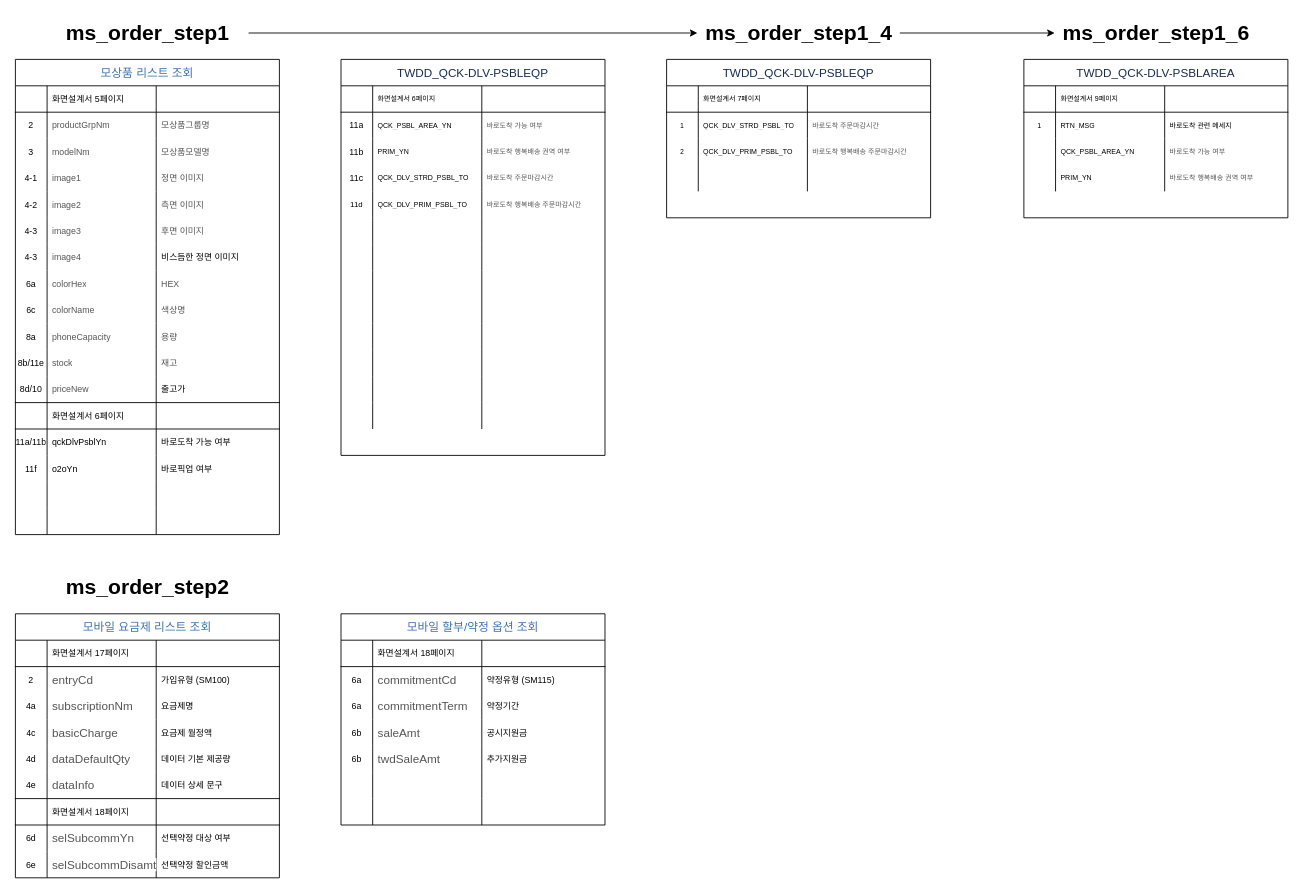
Above: myshop_class_diagram.drawio in buyeol-choi/my-shop (draw.io), before the change. Source tidied: cells renumbered, new cells numbered last; positions are measured from the earlier drawing's top-left corner, leaving out a move shared by most shapes. Both pictures are drawn from the tidied source at 88%, with x=0, y=0 at pixel (15, 15).
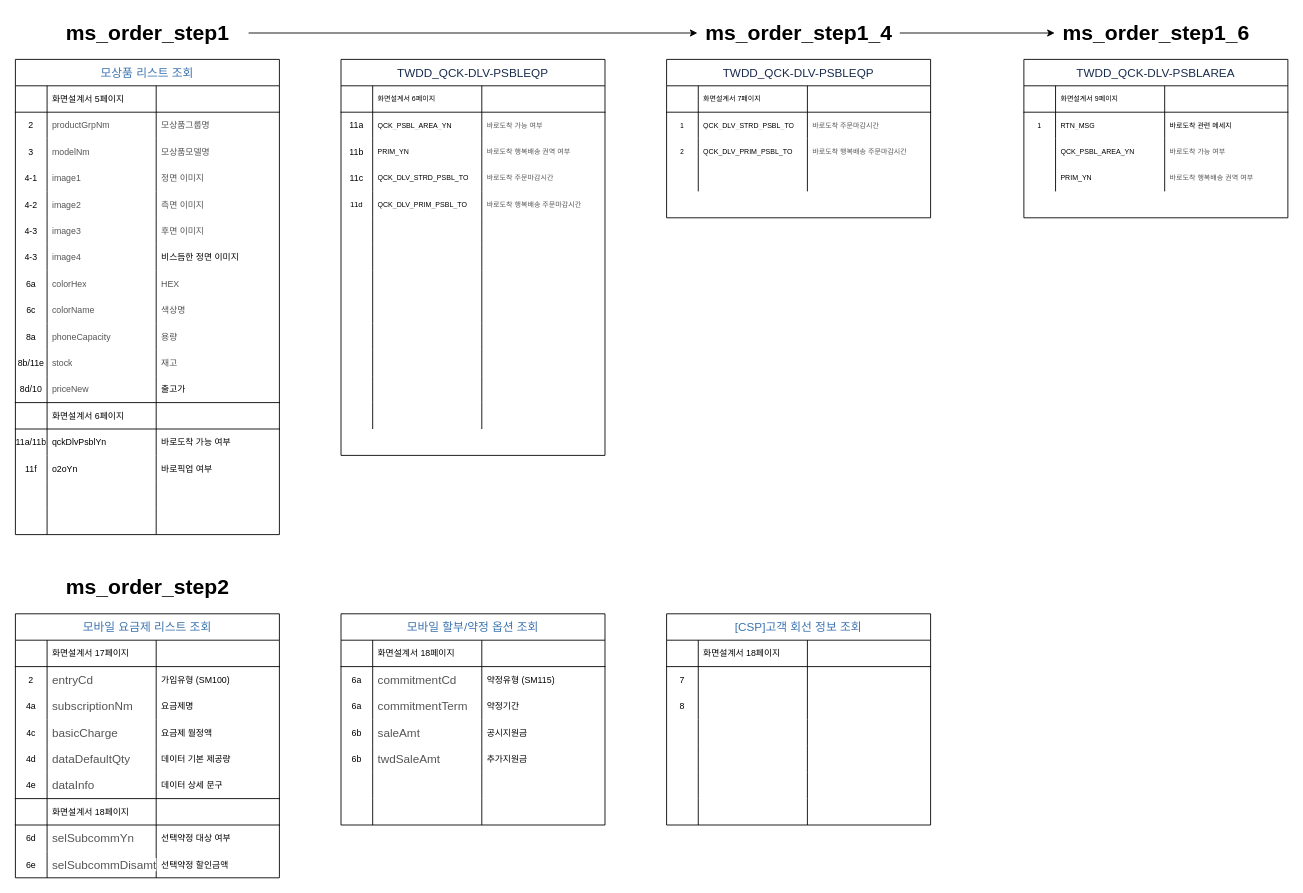
Above is the later version.

The edit, as a diff of the source:
```diff
@@
+    <mxCell id="230" value="&lt;a class=&quot;external-link&quot; href=&quot;https://stg-product-api.tworld.co.kr/swagger-ui.html#/operations/product-controller-v-1/selectProductListUsingGET&quot; style=&quot;color: rgb(59 , 115 , 175) ; text-decoration: inherit ; font-family: &amp;#34;맑은 고딕&amp;#34; , &amp;#34;seoul&amp;#34; , &amp;#34;arial&amp;#34; , &amp;#34;helvetica&amp;#34; ; font-size: 13.3333px ; font-weight: 400 ; text-align: left ; background-color: rgb(255 , 255 , 255)&quot;&gt;[CSP]고객 회선 정보 조회&lt;/a&gt;" style="shape=table;html=1;whiteSpace=wrap;startSize=30;childLayout=tableLayout;rowLines=0;fontStyle=1;align=center;spacing=0;fontSize=10;" parent="1" vertex="1">
+      <mxGeometry x="740" y="680" width="300" height="240" as="geometry" />
+    </mxCell>
+    <mxCell id="231" style="shape=partialRectangle;html=1;whiteSpace=wrap;fillColor=none;top=0;left=0;bottom=1;right=0;spacing=0;fontSize=10;" parent="230" vertex="1">
+      <mxGeometry y="30" width="300" height="30" as="geometry" />
+    </mxCell>
+    <mxCell id="232" style="shape=partialRectangle;html=1;whiteSpace=wrap;fillColor=none;top=0;left=0;bottom=0;right=0;overflow=hidden;spacing=0;fontSize=10;" parent="231" vertex="1">
+      <mxGeometry width="36" height="30" as="geometry" />
+    </mxCell>
+    <mxCell id="233" value="화면설계서 18페이지" style="shape=partialRectangle;html=1;whiteSpace=wrap;fillColor=none;top=0;left=0;bottom=0;right=0;align=left;spacingLeft=6;overflow=hidden;spacing=0;fontSize=10;" parent="231" vertex="1">
+      <mxGeometry x="36" width="124" height="30" as="geometry" />
+    </mxCell>
+    <mxCell id="234" style="shape=partialRectangle;html=1;whiteSpace=wrap;fillColor=none;top=0;left=0;bottom=0;right=0;align=left;spacingLeft=6;overflow=hidden;spacing=0;fontSize=10;" parent="231" vertex="1">
+      <mxGeometry x="160" width="140" height="30" as="geometry" />
+    </mxCell>
+    <mxCell id="235" style="shape=partialRectangle;html=1;whiteSpace=wrap;fillColor=none;top=0;left=0;bottom=0;right=0;spacing=0;fontSize=10;" parent="230" vertex="1">
+      <mxGeometry y="60" width="300" height="30" as="geometry" />
+    </mxCell>
+    <mxCell id="236" value="7" style="shape=partialRectangle;html=1;whiteSpace=wrap;fillColor=none;top=0;left=0;bottom=0;right=0;overflow=hidden;spacing=0;fontSize=10;" parent="235" vertex="1">
+      <mxGeometry width="36" height="30" as="geometry" />
+    </mxCell>
+    <mxCell id="237" style="shape=partialRectangle;html=1;whiteSpace=wrap;fillColor=none;top=0;left=0;bottom=0;right=0;align=left;spacingLeft=6;overflow=hidden;spacing=0;fontSize=10;" parent="235" vertex="1">
+      <mxGeometry x="36" width="124" height="30" as="geometry" />
+    </mxCell>
+    <mxCell id="238" style="shape=partialRectangle;html=1;whiteSpace=wrap;fillColor=none;top=0;left=0;bottom=0;right=0;align=left;spacingLeft=6;overflow=hidden;spacing=0;fontSize=10;" parent="235" vertex="1">
+      <mxGeometry x="160" width="140" height="30" as="geometry" />
+    </mxCell>
+    <mxCell id="239" style="shape=partialRectangle;html=1;whiteSpace=wrap;fillColor=none;top=0;left=0;bottom=0;right=0;spacing=0;fontSize=10;" parent="230" vertex="1">
+      <mxGeometry y="90" width="300" height="30" as="geometry" />
+    </mxCell>
+    <mxCell id="240" value="8" style="shape=partialRectangle;html=1;whiteSpace=wrap;fillColor=none;top=0;left=0;bottom=0;right=0;overflow=hidden;spacing=0;fontSize=10;" parent="239" vertex="1">
+      <mxGeometry width="36" height="30" as="geometry" />
+    </mxCell>
+    <mxCell id="241" style="shape=partialRectangle;html=1;whiteSpace=wrap;fillColor=none;top=0;left=0;bottom=0;right=0;align=left;spacingLeft=6;overflow=hidden;spacing=0;fontSize=10;" parent="239" vertex="1">
+      <mxGeometry x="36" width="124" height="30" as="geometry" />
+    </mxCell>
+    <mxCell id="242" style="shape=partialRectangle;html=1;whiteSpace=wrap;fillColor=none;top=0;left=0;bottom=0;right=0;align=left;spacingLeft=6;overflow=hidden;spacing=0;fontSize=10;" parent="239" vertex="1">
+      <mxGeometry x="160" width="140" height="30" as="geometry" />
+    </mxCell>
+    <mxCell id="243" style="shape=partialRectangle;html=1;whiteSpace=wrap;fillColor=none;top=0;left=0;bottom=0;right=0;spacing=0;fontSize=10;" parent="230" vertex="1">
+      <mxGeometry y="120" width="300" height="30" as="geometry" />
+    </mxCell>
+    <mxCell id="244" style="shape=partialRectangle;html=1;whiteSpace=wrap;fillColor=none;top=0;left=0;bottom=0;right=0;overflow=hidden;spacing=0;fontSize=10;" parent="243" vertex="1">
+      <mxGeometry width="36" height="30" as="geometry" />
+    </mxCell>
+    <mxCell id="245" style="shape=partialRectangle;html=1;whiteSpace=wrap;fillColor=none;top=0;left=0;bottom=0;right=0;align=left;spacingLeft=6;overflow=hidden;spacing=0;fontSize=10;" parent="243" vertex="1">
+      <mxGeometry x="36" width="124" height="30" as="geometry" />
+    </mxCell>
+    <mxCell id="246" style="shape=partialRectangle;html=1;whiteSpace=wrap;fillColor=none;top=0;left=0;bottom=0;right=0;align=left;spacingLeft=6;overflow=hidden;spacing=0;fontSize=10;" parent="243" vertex="1">
+      <mxGeometry x="160" width="140" height="30" as="geometry" />
+    </mxCell>
+    <mxCell id="247" style="shape=partialRectangle;html=1;whiteSpace=wrap;fillColor=none;top=0;left=0;bottom=0;right=0;spacing=0;fontSize=10;" parent="230" vertex="1">
+      <mxGeometry y="150" width="300" height="30" as="geometry" />
+    </mxCell>
+    <mxCell id="248" style="shape=partialRectangle;html=1;whiteSpace=wrap;fillColor=none;top=0;left=0;bottom=0;right=0;overflow=hidden;spacing=0;fontSize=10;" parent="247" vertex="1">
+      <mxGeometry width="36" height="30" as="geometry" />
+    </mxCell>
+    <mxCell id="249" style="shape=partialRectangle;html=1;whiteSpace=wrap;fillColor=none;top=0;left=0;bottom=0;right=0;align=left;spacingLeft=6;overflow=hidden;spacing=0;fontSize=10;" parent="247" vertex="1">
+      <mxGeometry x="36" width="124" height="30" as="geometry" />
+    </mxCell>
+    <mxCell id="250" style="shape=partialRectangle;html=1;whiteSpace=wrap;fillColor=none;top=0;left=0;bottom=0;right=0;align=left;spacingLeft=6;overflow=hidden;spacing=0;fontSize=10;" parent="247" vertex="1">
+      <mxGeometry x="160" width="140" height="30" as="geometry" />
+    </mxCell>
+    <mxCell id="251" style="shape=partialRectangle;html=1;whiteSpace=wrap;fillColor=none;top=0;left=0;bottom=0;right=0;spacing=0;fontSize=10;" parent="230" vertex="1">
+      <mxGeometry y="180" width="300" height="30" as="geometry" />
+    </mxCell>
+    <mxCell id="252" style="shape=partialRectangle;html=1;whiteSpace=wrap;fillColor=none;top=0;left=0;bottom=0;right=0;overflow=hidden;spacing=0;fontSize=10;" parent="251" vertex="1">
+      <mxGeometry width="36" height="30" as="geometry" />
+    </mxCell>
+    <mxCell id="253" style="shape=partialRectangle;html=1;whiteSpace=wrap;fillColor=none;top=0;left=0;bottom=0;right=0;align=left;spacingLeft=6;overflow=hidden;spacing=0;fontSize=10;" parent="251" vertex="1">
+      <mxGeometry x="36" width="124" height="30" as="geometry" />
+    </mxCell>
+    <mxCell id="254" style="shape=partialRectangle;html=1;whiteSpace=wrap;fillColor=none;top=0;left=0;bottom=0;right=0;align=left;spacingLeft=6;overflow=hidden;spacing=0;fontSize=10;" parent="251" vertex="1">
+      <mxGeometry x="160" width="140" height="30" as="geometry" />
+    </mxCell>
+    <mxCell id="255" style="shape=partialRectangle;html=1;whiteSpace=wrap;fillColor=none;top=0;left=0;bottom=0;right=0;spacing=0;fontSize=10;" parent="230" vertex="1">
+      <mxGeometry y="210" width="300" height="30" as="geometry" />
+    </mxCell>
+    <mxCell id="256" style="shape=partialRectangle;html=1;whiteSpace=wrap;fillColor=none;top=0;left=0;bottom=0;right=0;overflow=hidden;spacing=0;fontSize=10;" parent="255" vertex="1">
+      <mxGeometry width="36" height="30" as="geometry" />
+    </mxCell>
+    <mxCell id="257" style="shape=partialRectangle;html=1;whiteSpace=wrap;fillColor=none;top=0;left=0;bottom=0;right=0;align=left;spacingLeft=6;overflow=hidden;spacing=0;fontSize=10;" parent="255" vertex="1">
+      <mxGeometry x="36" width="124" height="30" as="geometry" />
+    </mxCell>
+    <mxCell id="258" style="shape=partialRectangle;html=1;whiteSpace=wrap;fillColor=none;top=0;left=0;bottom=0;right=0;align=left;spacingLeft=6;overflow=hidden;spacing=0;fontSize=10;" parent="255" vertex="1">
+      <mxGeometry x="160" width="140" height="30" as="geometry" />
+    </mxCell>
```
